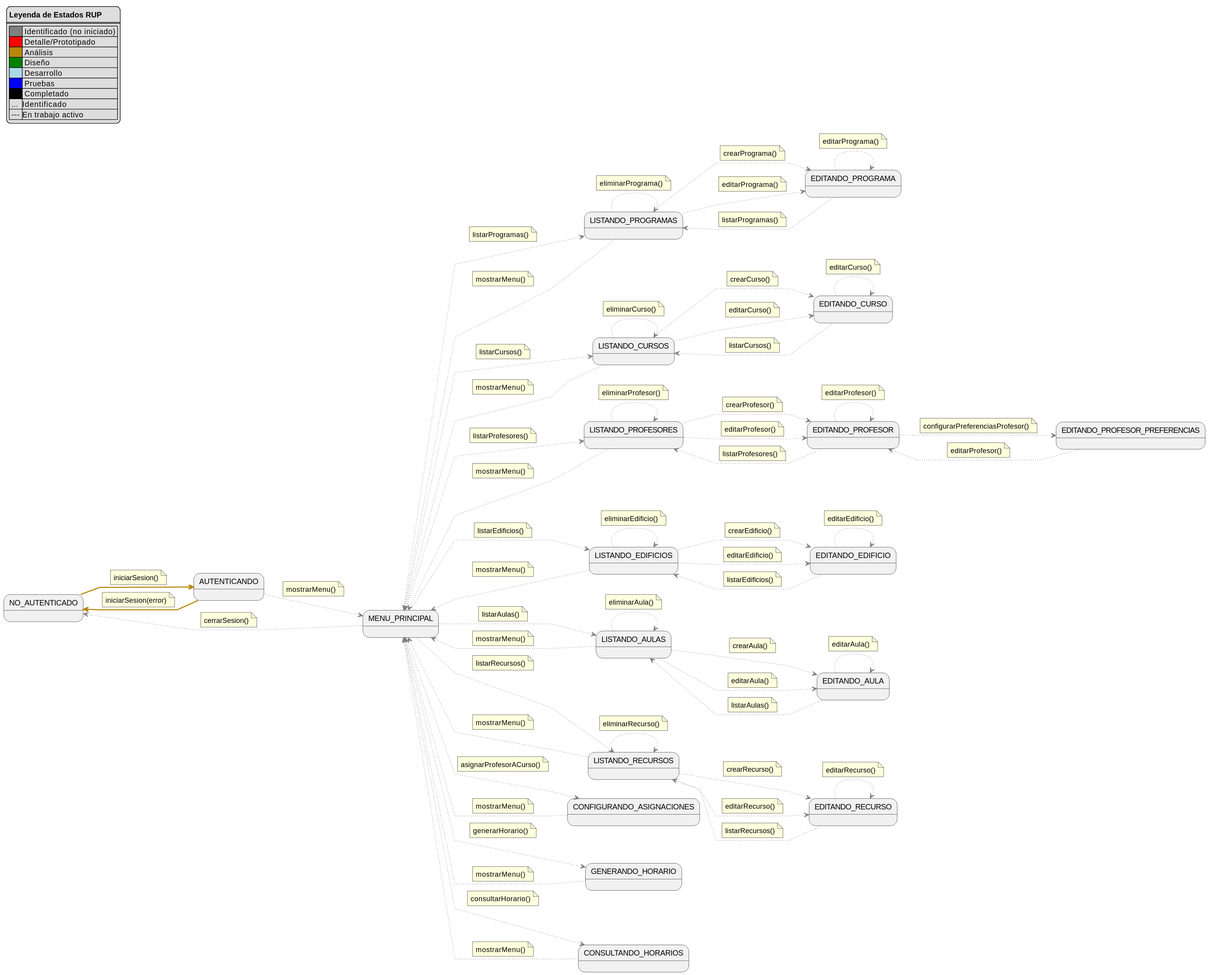
Before: images/extraDocs/004-dashboard-visual-rup-casos-uso/diagrama-contexto-administrador-con-colores.svg, a diagram exported from PlantUML (Hexcss/scheduler).
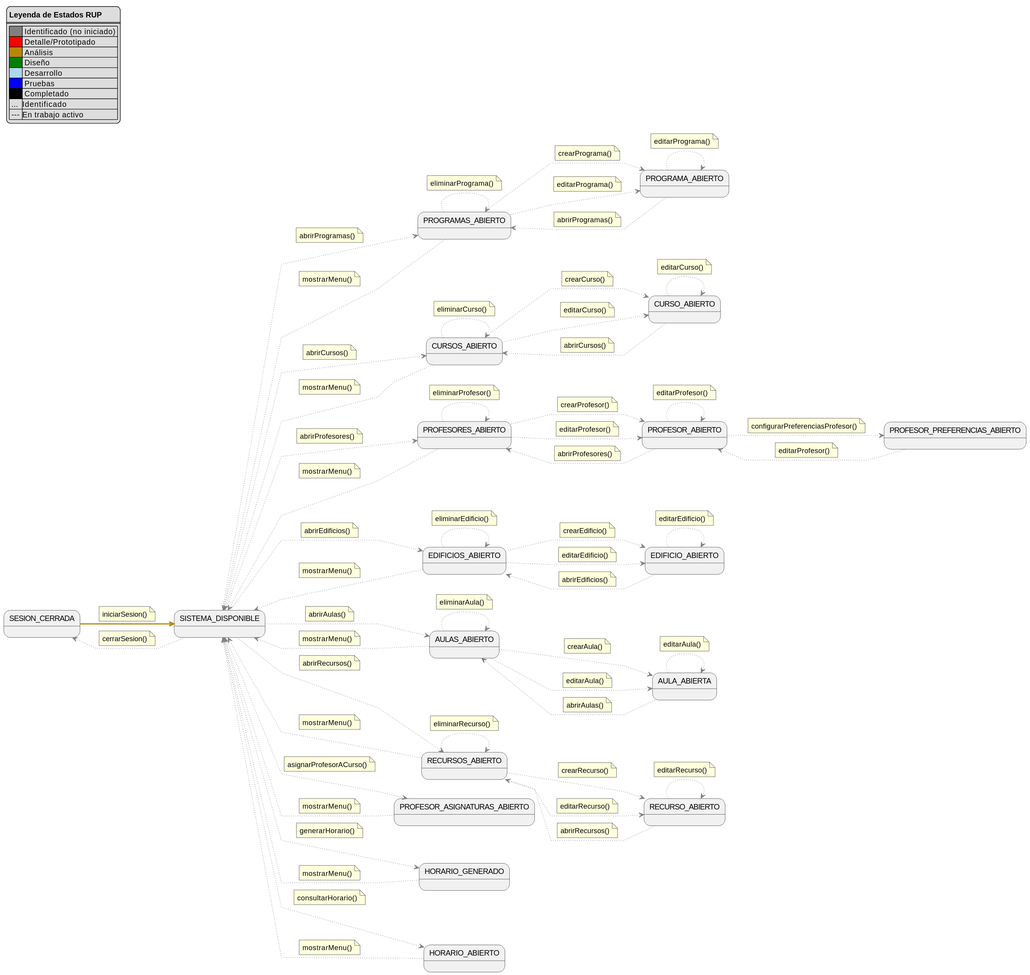
Later version of the same file.

What changed in the source:
```diff
@@ -16,41 +16,30 @@
     | --- |En trabajo activo|
 end legend
 
-state "NO_AUTENTICADO" as NoAuth
-state "AUTENTICANDO" as PreMenu
-state "MENU_PRINCIPAL" as Menu
+state "SESION_CERRADA" as NoAuth
+state "SISTEMA_DISPONIBLE" as Menu
 
-state "LISTANDO_PROGRAMAS" as ListProgramas
-state "EDITANDO_PROGRAMA" as EditPrograma
-state "LISTANDO_CURSOS" as ListCursos
-state "EDITANDO_CURSO" as EditCurso
-state "LISTANDO_PROFESORES" as ListProfesores
-state "EDITANDO_PROFESOR" as EditProfesor
-state "EDITANDO_PROFESOR_PREFERENCIAS" as EditProfesorPreferencias
-state "LISTANDO_EDIFICIOS" as ListEdificios
-state "EDITANDO_EDIFICIO" as EditEdificio
-state "LISTANDO_AULAS" as ListAulas
-state "EDITANDO_AULA" as EditAula
-state "LISTANDO_RECURSOS" as ListRecursos
-state "EDITANDO_RECURSO" as EditRecurso
+state "PROGRAMAS_ABIERTO" as ListProgramas
+state "PROGRAMA_ABIERTO" as EditPrograma
+state "CURSOS_ABIERTO" as ListCursos
+state "CURSO_ABIERTO" as EditCurso
+state "PROFESORES_ABIERTO" as ListProfesores
+state "PROFESOR_ABIERTO" as EditProfesor
+state "PROFESOR_PREFERENCIAS_ABIERTO" as EditProfesorPreferencias
+state "EDIFICIOS_ABIERTO" as ListEdificios
+state "EDIFICIO_ABIERTO" as EditEdificio
+state "AULAS_ABIERTO" as ListAulas
+state "AULA_ABIERTA" as EditAula
+state "RECURSOS_ABIERTO" as ListRecursos
+state "RECURSO_ABIERTO" as EditRecurso
 
-state "CONFIGURANDO_ASIGNACIONES" as Asignaciones
-state "GENERANDO_HORARIO" as Generacion
-state "CONSULTANDO_HORARIOS" as Consulta
+state "PROFESOR_ASIGNATURAS_ABIERTO" as Asignaciones
+state "HORARIO_GENERADO" as Generacion
+state "HORARIO_ABIERTO" as Consulta
 
-PreMenu -[#darkgoldenrod,thickness=2]-> NoAuth
-    note on link
-        iniciarSesion(error)
-    end note
-
-NoAuth -[#darkgoldenrod,thickness=2]-> PreMenu
+NoAuth -[#darkgoldenrod,thickness=2]-> Menu
     note on link
         iniciarSesion()
-    end note
-
-PreMenu -[#gray,dotted]-> Menu
-    note on link
-        mostrarMenu()
     end note
 
 Menu -[#gray,dotted]-> NoAuth
@@ -60,32 +49,32 @@
 
 Menu -[#gray,dotted]-> ListProgramas
     note on link
-        listarProgramas()
+        abrirProgramas()
     end note
 
 Menu -[#gray,dotted]-> ListCursos
     note on link
-        listarCursos()
+        abrirCursos()
     end note
 
 Menu -[#gray,dotted]-> ListProfesores
     note on link
-        listarProfesores()
+        abrirProfesores()
     end note
 
 Menu -[#gray,dotted]-> ListEdificios
     note on link
-        listarEdificios()
+        abrirEdificios()
     end note
 
 Menu -[#gray,dotted]-> ListAulas
     note on link
-        listarAulas()
+        abrirAulas()
     end note
 
 Menu -[#gray,dotted]-> ListRecursos
     note on link
-        listarRecursos()
+        abrirRecursos()
     end note
 
 Menu -[#gray,dotted]-> Asignaciones
@@ -125,7 +114,7 @@
 
 EditPrograma -[#gray,dotted]-> ListProgramas
     note on link
-        listarProgramas()
+        abrirProgramas()
     end note
 
 ListCursos -[#gray,dotted]-> EditCurso
@@ -150,7 +139,7 @@
 
 EditCurso -[#gray,dotted]-> ListCursos
     note on link
-        listarCursos()
+        abrirCursos()
     end note
 
 ListProfesores -[#gray,dotted]-> EditProfesor
@@ -185,7 +174,7 @@
 
 EditProfesor -[#gray,dotted]-> ListProfesores
     note on link
-        listarProfesores()
+        abrirProfesores()
     end note
 
 ListEdificios -[#gray,dotted]-> EditEdificio
@@ -210,7 +199,7 @@
 
 EditEdificio -[#gray,dotted]-> ListEdificios
     note on link
-        listarEdificios()
+        abrirEdificios()
     end note
 
 ListAulas -[#gray,dotted]-> EditAula
@@ -235,7 +224,7 @@
 
 EditAula -[#gray,dotted]-> ListAulas
     note on link
-        listarAulas()
+        abrirAulas()
     end note
 
 ListRecursos -[#gray,dotted]-> EditRecurso
@@ -260,7 +249,7 @@
 
 EditRecurso -[#gray,dotted]-> ListRecursos
     note on link
-        listarRecursos()
+        abrirRecursos()
     end note
 
 ListProgramas -[#gray,dotted]-> Menu
```
